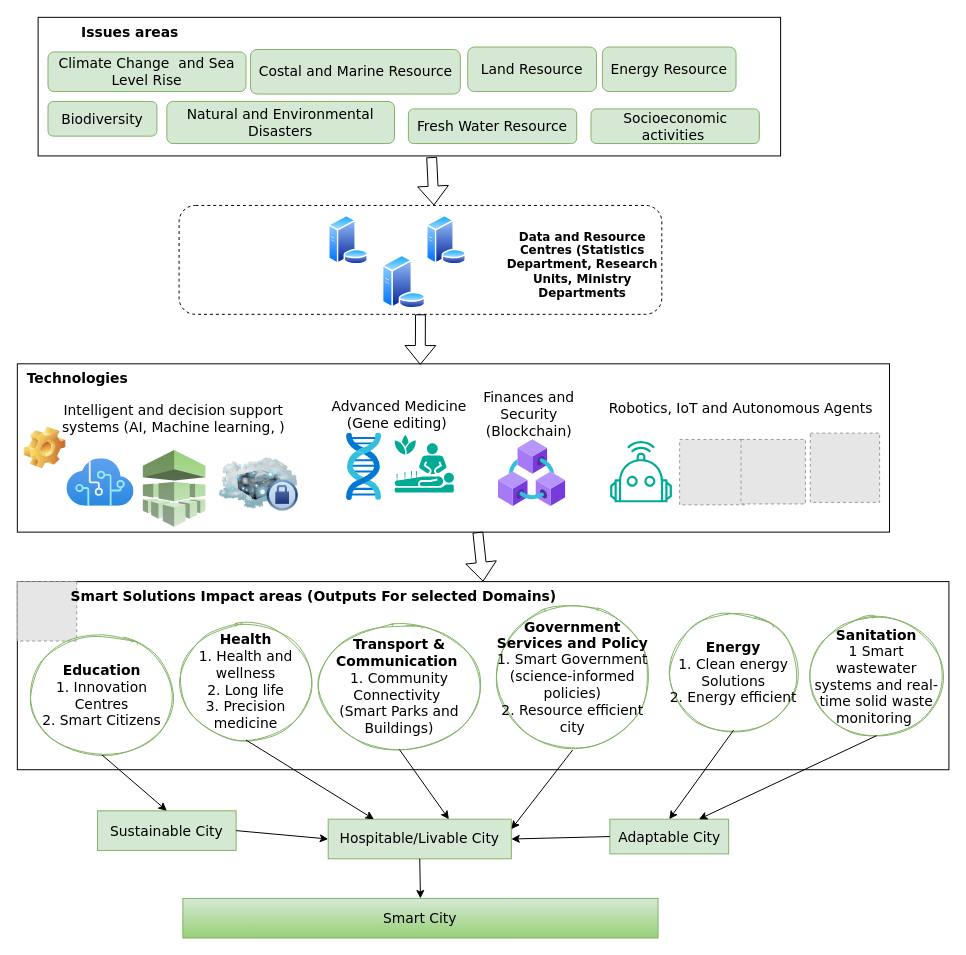
Before: page "BarbudaSmart" (2 of 2) of SystemReasoningOverview.drawio in Kibolabs/Diagrams, a draw.io diagram. Source tidied: cells renumbered, new cells numbered last; positions are measured from the earlier drawing's top-left corner, leaving out a move shared by most shapes. Both pictures are drawn from the tidied source at 99%, with x=0, y=0 at pixel (17, 17). Pictures stored in the file or linked from it are replaced by grey dashed boxes.
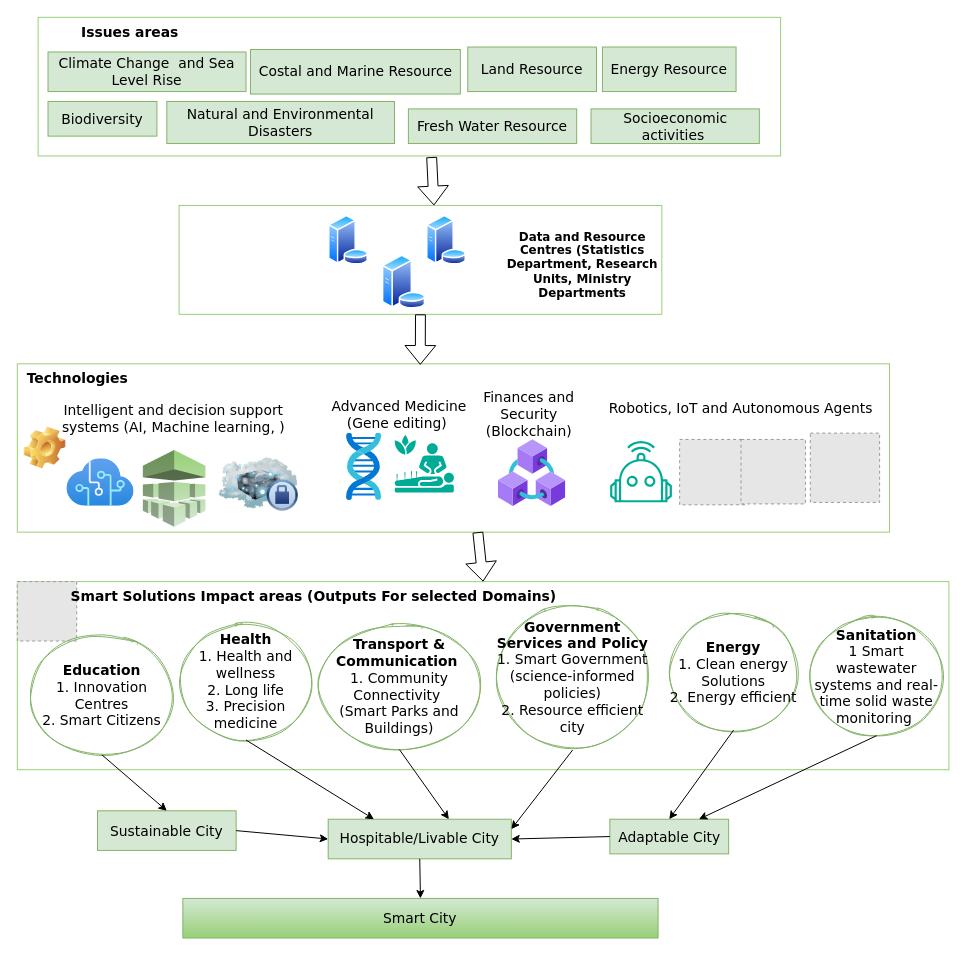
The same page after the edit.

What changed in the source:
```diff
@@
-    <mxCell id="2" style="rounded=0;whiteSpace=wrap;html=1;fontFamily=Verdana;fillColor=none;" parent="1" vertex="1">
+    <mxCell id="2" style="rounded=0;whiteSpace=wrap;html=1;fontFamily=Verdana;fillColor=none;strokeColor=#97D077;" parent="1" vertex="1">
       <mxGeometry y="570" width="941" height="190" as="geometry" />
     </mxCell>
-    <mxCell id="3" style="rounded=1;whiteSpace=wrap;html=1;fillColor=none;dashed=1;" parent="1" vertex="1">
+    <mxCell id="3" style="rounded=0;whiteSpace=wrap;html=1;fillColor=none;strokeColor=#97D077;" parent="1" vertex="1">
       <mxGeometry x="163.4" y="190" width="487.6" height="110" as="geometry" />
     </mxCell>
-    <mxCell id="4" style="label;whiteSpace=wrap;html=1;image=img/clipart/Gear_128x128.png;fontFamily=Verdana;fontSize=14;fillColor=none;imageAspect=1;rounded=0;" parent="1" vertex="1">
+    <mxCell id="4" style="label;whiteSpace=wrap;html=1;image=img/clipart/Gear_128x128.png;fontFamily=Verdana;fontSize=14;fillColor=none;imageAspect=1;rounded=0;strokeColor=#97D077;" parent="1" vertex="1">
       <mxGeometry y="350" width="881" height="170" as="geometry" />
     </mxCell>
-    <mxCell id="5" style="rounded=0;whiteSpace=wrap;html=1;fontFamily=Verdana;fontSize=14;fillColor=none;" parent="1" vertex="1">
+    <mxCell id="5" style="rounded=0;whiteSpace=wrap;html=1;fontFamily=Verdana;fontSize=14;fillColor=none;strokeColor=#97D077;" parent="1" vertex="1">
       <mxGeometry x="21" width="750" height="140" as="geometry" />
     </mxCell>
-    <mxCell id="6" value="Climate Change &amp;nbsp;and Sea Level Rise" style="rounded=1;whiteSpace=wrap;html=1;fontFamily=Verdana;fontSize=14;fillColor=#d5e8d4;strokeColor=#82b366;" parent="1" vertex="1">
+    <mxCell id="6" value="Climate Change &amp;nbsp;and Sea Level Rise" style="rounded=0;whiteSpace=wrap;html=1;fontFamily=Verdana;fontSize=14;fillColor=#d5e8d4;strokeColor=#82b366;" parent="1" vertex="1">
       <mxGeometry x="31" y="35" width="200" height="40" as="geometry" />
     </mxCell>
-    <mxCell id="7" value="Natural and Environmental Disasters" style="rounded=1;whiteSpace=wrap;html=1;fontFamily=Verdana;fontSize=14;fillColor=#d5e8d4;strokeColor=#82b366;" parent="1" vertex="1">
+    <mxCell id="7" value="Natural and Environmental Disasters" style="rounded=0;whiteSpace=wrap;html=1;fontFamily=Verdana;fontSize=14;fillColor=#d5e8d4;strokeColor=#82b366;" parent="1" vertex="1">
       <mxGeometry x="151" y="85" width="230" height="42.5" as="geometry" />
     </mxCell>
@@
-    <mxCell id="14" value="Costal and Marine Resource" style="rounded=1;whiteSpace=wrap;html=1;fontFamily=Verdana;fontSize=14;fillColor=#d5e8d4;strokeColor=#82b366;" parent="1" vertex="1">
+    <mxCell id="14" value="Costal and Marine Resource" style="rounded=0;whiteSpace=wrap;html=1;fontFamily=Verdana;fontSize=14;fillColor=#d5e8d4;strokeColor=#82b366;" parent="1" vertex="1">
       <mxGeometry x="235.5" y="32.5" width="212" height="45" as="geometry" />
     </mxCell>
-    <mxCell id="15" value="Land Resource" style="rounded=1;whiteSpace=wrap;html=1;fontFamily=Verdana;fontSize=14;fillColor=#d5e8d4;strokeColor=#82b366;" parent="1" vertex="1">
+    <mxCell id="15" value="Land Resource" style="rounded=0;whiteSpace=wrap;html=1;fontFamily=Verdana;fontSize=14;fillColor=#d5e8d4;strokeColor=#82b366;" parent="1" vertex="1">
       <mxGeometry x="455" y="30" width="130" height="45" as="geometry" />
     </mxCell>
-    <mxCell id="16" value="Energy Resource" style="rounded=1;whiteSpace=wrap;html=1;fontFamily=Verdana;fontSize=14;fillColor=#d5e8d4;strokeColor=#82b366;" parent="1" vertex="1">
+    <mxCell id="16" value="Energy Resource" style="rounded=0;whiteSpace=wrap;html=1;fontFamily=Verdana;fontSize=14;fillColor=#d5e8d4;strokeColor=#82b366;" parent="1" vertex="1">
       <mxGeometry x="591" y="30" width="135" height="45" as="geometry" />
     </mxCell>
-    <mxCell id="17" value="Biodiversity" style="rounded=1;whiteSpace=wrap;html=1;fontFamily=Verdana;fontSize=14;fillColor=#d5e8d4;strokeColor=#82b366;" parent="1" vertex="1">
+    <mxCell id="17" value="Biodiversity" style="rounded=0;whiteSpace=wrap;html=1;fontFamily=Verdana;fontSize=14;fillColor=#d5e8d4;strokeColor=#82b366;" parent="1" vertex="1">
       <mxGeometry x="31" y="85" width="110" height="35" as="geometry" />
     </mxCell>
-    <mxCell id="18" value="Socioeconomic activities&amp;nbsp;" style="rounded=1;whiteSpace=wrap;html=1;fontFamily=Verdana;fontSize=14;fillColor=#d5e8d4;strokeColor=#82b366;" parent="1" vertex="1">
+    <mxCell id="18" value="Socioeconomic activities&amp;nbsp;" style="rounded=0;whiteSpace=wrap;html=1;fontFamily=Verdana;fontSize=14;fillColor=#d5e8d4;strokeColor=#82b366;" parent="1" vertex="1">
       <mxGeometry x="579.5" y="92.5" width="170" height="35" as="geometry" />
     </mxCell>
-    <mxCell id="19" value="Fresh Water Resource" style="rounded=1;whiteSpace=wrap;html=1;fontFamily=Verdana;fontSize=14;fillColor=#d5e8d4;strokeColor=#82b366;" parent="1" vertex="1">
+    <mxCell id="19" value="Fresh Water Resource" style="rounded=0;whiteSpace=wrap;html=1;fontFamily=Verdana;fontSize=14;fillColor=#d5e8d4;strokeColor=#82b366;" parent="1" vertex="1">
       <mxGeometry x="395" y="92.5" width="170" height="35" as="geometry" />
     </mxCell>
```
